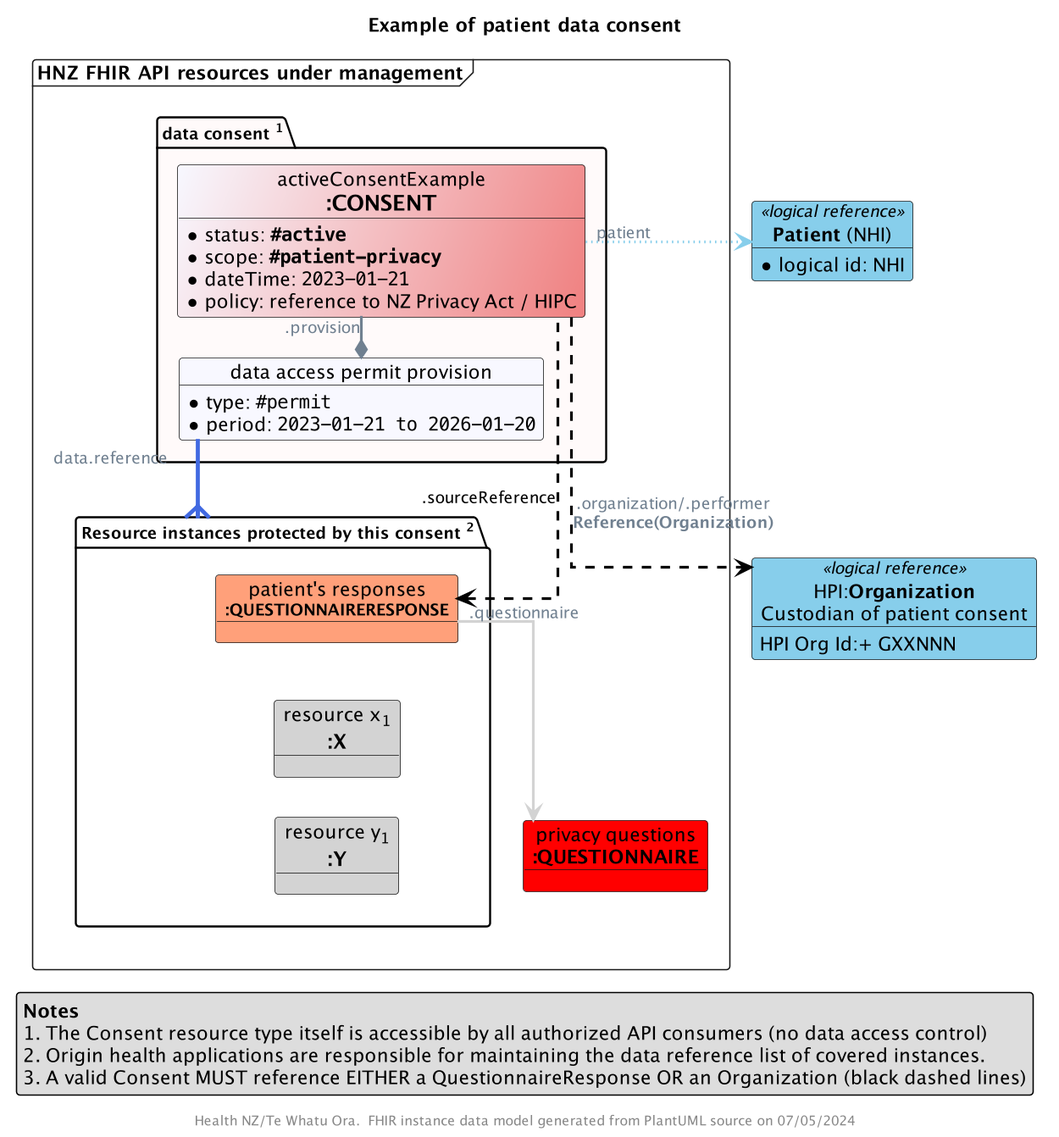
tewhatuora/fhir-rheumatic-fever keeps this PlantUML diagram as input/images/obj-FHIR-data-consent-active.png. Above is the earlier version. The source it was exported from:
```plantuml
@startuml obj-FHIR-data-consent-active

top to bottom direction
skinparam dpi 300
allow_mixing
scale 400 width

skinparam ActivityDiamondBackgroundColor #RoyalBlue
skinparam ArrowColor #SlateGrey
skinparam ArrowFontColor #RoyalBlue
skinparam ArrowFontColor #SlateGrey
skinparam ArrowFontSize 12
skinparam ArrowMessageAlignment left
skinparam BoxPadding 10
skinparam linetype ortho
skinparam nodesep 30
skinparam ranksep 30
skinparam roundcorner 5
skinparam sequenceArrowThickness 2

title Example of patient data consent

!procedure $Coding($Alias,$System,$Code,$Display)
  object "<color:GhostWhite>$System" as $Alias #MediumPurple {
    <color:GhostWhite><size:11>**$Code**-$Display
  }
!endprocedure

frame "HNZ FHIR API resources under management" as HNZMain {

  package "<size:12>data consent <sup>1</sup>" as ACTIVE #Snow {

    object "activeConsentExample\n<size:16>**:CONSENT**" as CONSENT #GhostWhite/LightCoral {
      * status: ""**#active**""
      * scope: ""**#patient-privacy**""
      * dateTime: ""2023-01-21""
      * policy: reference to NZ Privacy Act / HIPC
    }

    object "data access permit provision" as DAP #GhostWhite {
      * type: ""#permit""
      * period: ""2023-01-21 to 2026-01-20""
    }

  }

  object "privacy questions\n<size:14>**:QUESTIONNAIRE**" as Q #Red

  package "<size:12>Resource instances protected by this consent <sup>2</sup>" as COVERED {
    object "patient's responses\n<size:12>**:QUESTIONNAIRERESPONSE**" as QRC #LightSalmon
    object "resource x<sub>1</sub>\n**<size:15>:X**" as AnyResource #LightGray
    object "resource y<sub>1</sub>\n**<size:15>:Y**" as AnotherResource #LightGray
    QRC -[hidden]d- AnyResource
    AnyResource -[hidden]d- AnotherResource
  }


  DAP "data.reference" -[thickness=3,#RoyalBlue]--{ COVERED

}

object "**Patient** (NHI)" as Patient <<logical reference>> #SkyBlue {
  * logical id: NHI
}

object "HPI:**Organization**\nCustodian of patient consent" as HPI <<logical reference>> #SkyBlue {
  HPI Org Id:+ GXXNNN
}

CONSENT -d-* DAP : "".provision""
CONSENT -[dashed,#Black]l-> QRC: <color:#Black>.sourceReference
CONSENT "patient" -[dotted,#SkyBlue]r-> Patient
CONSENT -[dashed,#Black]---> HPI: .organization/.performer\n**Reference(Organization)**
QRC ".questionnaire" -[#LightGray]--> Q

legend bottom
  **Notes**
  1. The Consent resource type itself is accessible by all authorized API consumers (no data access control)
  2. Origin health applications are responsible for maintaining the data reference list of covered instances.
  3. A valid Consent MUST reference EITHER a QuestionnaireResponse OR an Organization (black dashed lines)
endlegend


footer "Health NZ/Te Whatu Ora.  FHIR instance data model generated from PlantUML source on %date('dd/MM/yyyy')"

@enduml
```
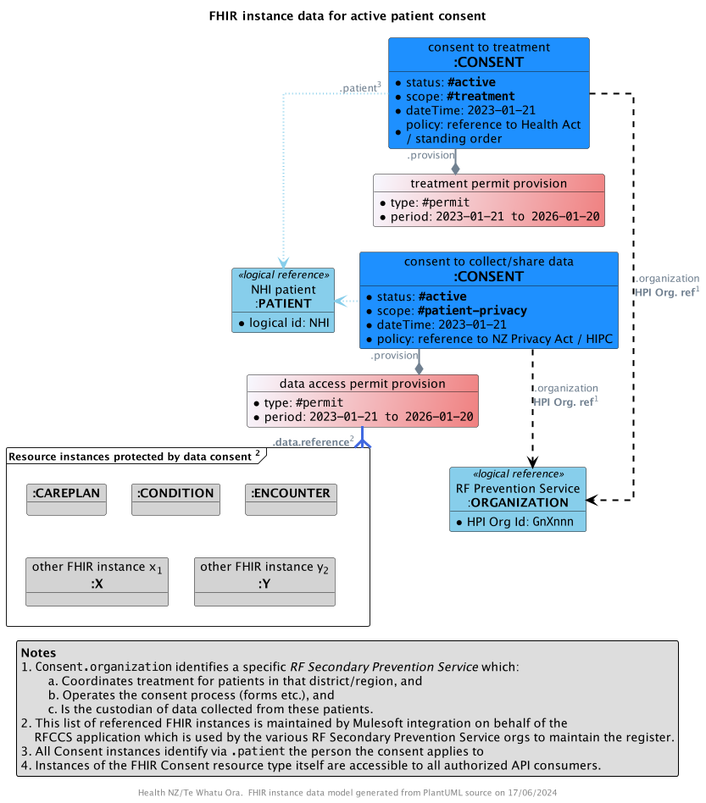
After the commit.

Commit message:
updated FHIR Consent designs

What changed in the source:
```diff
@@ -1,7 +1,7 @@
 @startuml obj-FHIR-data-consent-active
 
 top to bottom direction
-skinparam dpi 300
+skinparam dpi 200
 allow_mixing
 scale 400 width
 
@@ -18,7 +18,7 @@
 skinparam roundcorner 5
 skinparam sequenceArrowThickness 2
 
-title Example of patient data consent
+title FHIR instance data for active patient consent
 
 !procedure $Coding($Alias,$System,$Code,$Display)
   object "<color:GhostWhite>$System" as $Alias #MediumPurple {
@@ -26,58 +26,70 @@
   }
 !endprocedure
 
-frame "HNZ FHIR API resources under management" as HNZMain {
 
-  package "<size:12>data consent <sup>1</sup>" as ACTIVE #Snow {
-
-    object "activeConsentExample\n<size:16>**:CONSENT**" as CONSENT #GhostWhite/LightCoral {
-      * status: ""**#active**""
-      * scope: ""**#patient-privacy**""
-      * dateTime: ""2023-01-21""
-      * policy: reference to NZ Privacy Act / HIPC
-    }
-
-    object "data access permit provision" as DAP #GhostWhite {
-      * type: ""#permit""
-      * period: ""2023-01-21 to 2026-01-20""
-    }
-
-  }
-
-  object "privacy questions\n<size:14>**:QUESTIONNAIRE**" as Q #Red
-
-  package "<size:12>Resource instances protected by this consent <sup>2</sup>" as COVERED {
-    object "patient's responses\n<size:12>**:QUESTIONNAIRERESPONSE**" as QRC #LightSalmon
-    object "resource x<sub>1</sub>\n**<size:15>:X**" as AnyResource #LightGray
-    object "resource y<sub>1</sub>\n**<size:15>:Y**" as AnotherResource #LightGray
-    QRC -[hidden]d- AnyResource
-    AnyResource -[hidden]d- AnotherResource
-  }
-
-
-  DAP "data.reference" -[thickness=3,#RoyalBlue]--{ COVERED
-
+object "consent to treatment\n<size:16>**:CONSENT**" as TREATCONSENT #DodgerBlue {
+  * status: ""**#active**""
+  * scope: ""**#treatment**""
+  * dateTime: ""2023-01-21""
+  * policy: reference to Health Act \n/ standing order
 }
 
-object "**Patient** (NHI)" as Patient <<logical reference>> #SkyBlue {
+object "treatment permit provision" as TAP #GhostWhite/LightCoral  {
+  * type: ""#permit""
+  * period: ""2023-01-21 to 2026-01-20""
+}
+
+object "consent to collect/share data\n<size:16>**:CONSENT**" as DATACONSENT #DodgerBlue {
+  * status: ""**#active**""
+  * scope: ""**#patient-privacy**""
+  * dateTime: ""2023-01-21""
+  * policy: reference to NZ Privacy Act / HIPC
+}
+
+object "data access permit provision" as DAP #GhostWhite/LightCoral  {
+  * type: ""#permit""
+  * period: ""2023-01-21 to 2026-01-20""
+}
+
+frame "<size:12>Resource instances protected by data consent <sup>2</sup>" as COVERED {
+  object "<size:14>**:CAREPLAN**" as R1 #LightGray
+  object "<size:14>**:CONDITION**" as R2 #LightGray
+  object "<size:14>**:ENCOUNTER**" as R3 #LightGray
+  object "other FHIR instance x<sub>1</sub>\n**<size:15>:X**" as Another1 #LightGray
+  object "other FHIR instance y<sub>2</sub>\n**<size:15>:Y**" as Another2 #LightGray
+}
+
+object "NHI patient\n:**PATIENT**" as PATIENT <<logical reference>> #SkyBlue {
   * logical id: NHI
 }
 
-object "HPI:**Organization**\nCustodian of patient consent" as HPI <<logical reference>> #SkyBlue {
-  HPI Org Id:+ GXXNNN
+object "RF Prevention Service\n:**ORGANIZATION**" as HPI <<logical reference>> #SkyBlue {
+  * HPI Org Id: ""GnXnnn""
 }
 
-CONSENT -d-* DAP : "".provision""
-CONSENT -[dashed,#Black]l-> QRC: <color:#Black>.sourceReference
-CONSENT "patient" -[dotted,#SkyBlue]r-> Patient
-CONSENT -[dashed,#Black]---> HPI: .organization/.performer\n**Reference(Organization)**
-QRC ".questionnaire" -[#LightGray]--> Q
+TREATCONSENT -[hidden]d- TAP
+TAP -[hidden]d- DATACONSENT
+
+DAP "**.data.reference**<sup>2</sup>" -[thickness=3,#RoyalBlue]-{ COVERED
+
+TREATCONSENT -[dashed,#Black,norank]---> HPI: .organization\n**HPI Org. ref**<sup>1</sup>
+TREATCONSENT ".patient<sup>3</sup>" -[dotted,#SkyBlue,norank]--> PATIENT
+TREATCONSENT -[norank]-* TAP : "".provision""
+
+DATACONSENT -[dotted,#SkyBlue]l---> PATIENT
+DATACONSENT -d-* DAP : "".provision""
+DATACONSENT -[dashed,#Black]--> HPI: .organization\n**HPI Org. ref**<sup>1</sup>
 
 legend bottom
   **Notes**
-  1. The Consent resource type itself is accessible by all authorized API consumers (no data access control)
-  2. Origin health applications are responsible for maintaining the data reference list of covered instances.
-  3. A valid Consent MUST reference EITHER a QuestionnaireResponse OR an Organization (black dashed lines)
+  1. ""Consent.organization"" identifies a specific //RF Secondary Prevention Service// which:
+      \ta. Coordinates treatment for patients in that district/region, and
+      \tb. Operates the consent process (forms etc.), and
+      \tc. Is the custodian of data collected from these patients.
+  2. This list of referenced FHIR instances is maintained by Mulesoft integration on behalf of the
+      RFCCS application which is used by the various RF Secondary Prevention Service orgs to maintain the register.
+  3. All Consent instances identify via "".patient"" the person the consent applies to
+  4. Instances of the FHIR Consent resource type itself are accessible to all authorized API consumers.
 endlegend
 
 
```
